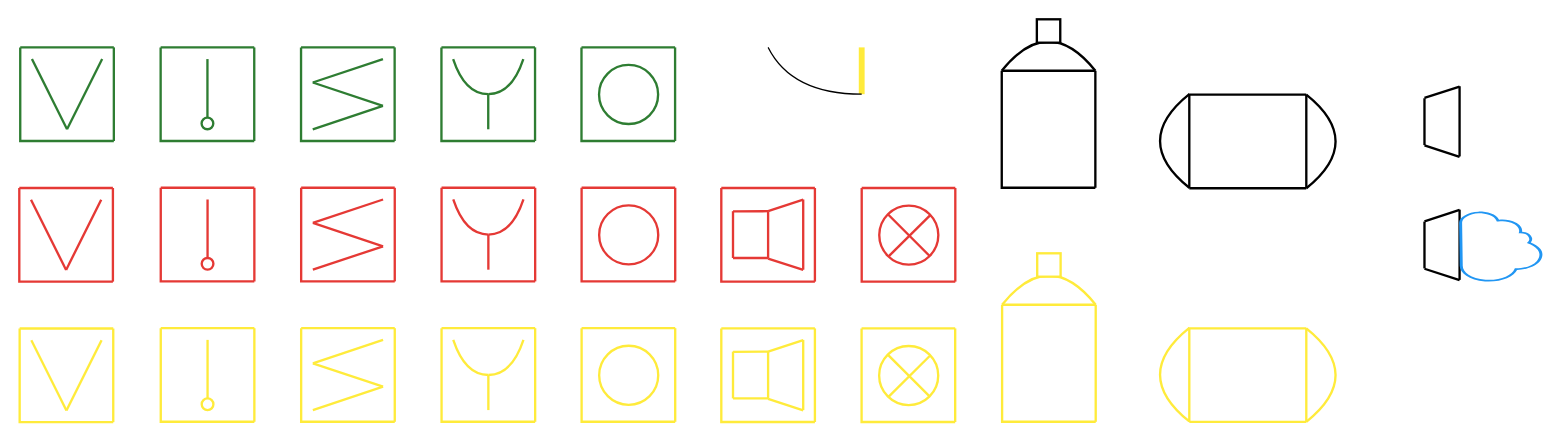
The draw.io diagram Диаграмма без названия.drawio in dashkova/datagrams, before the edit. Source tidied: cells renumbered, new cells numbered last; positions are measured from the earlier drawing's top-left corner, leaving out a move shared by most shapes. Both pictures are drawn from the tidied source at 117%, with x=0, y=0 at pixel (19, 12).
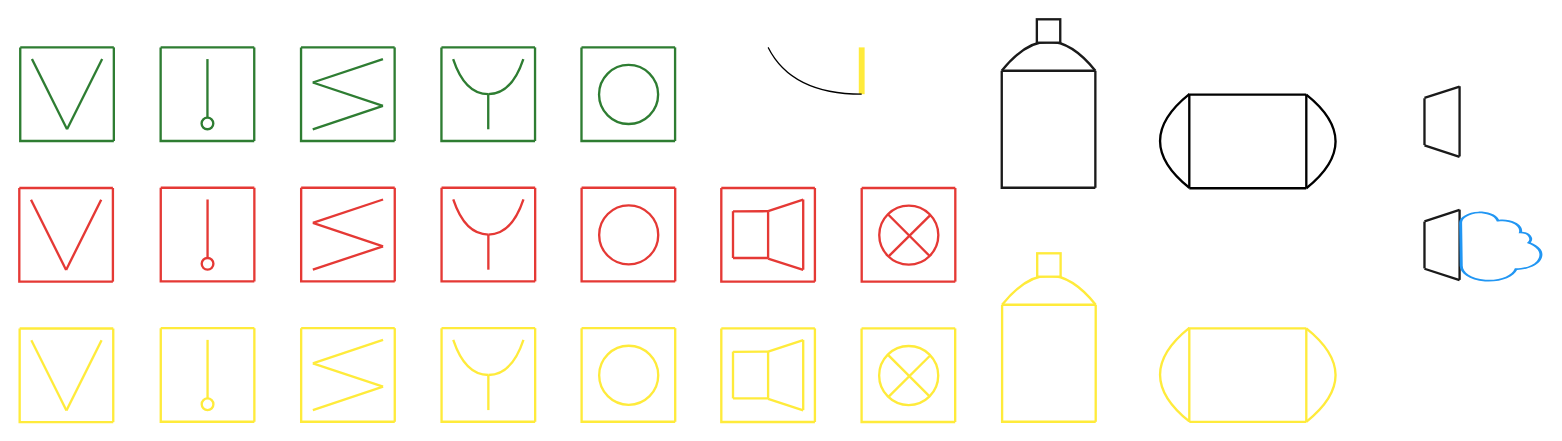
The same diagram, later.

Diff of the diagram source:
```diff
@@
-    <mxCell id="46" style="endArrow=none;html=1;rounded=0;fontSize=12;startSize=8;endSize=8;curved=1;strokeWidth=2;" parent="1" edge="1">
+    <mxCell id="46" style="endArrow=none;html=1;rounded=0;fontSize=12;startSize=8;endSize=8;curved=1;strokeWidth=2;strokeColor=#1A1A1A;" parent="1" edge="1">
       <mxGeometry relative="1" as="geometry">
         <mxPoint x="1201" y="73.2" as="sourcePoint" />
         <mxPoint x="1231" y="63.5" as="targetPoint" />
       </mxGeometry>
     </mxCell>
-    <mxCell id="47" style="endArrow=none;html=1;rounded=0;fontSize=12;startSize=8;endSize=8;curved=1;strokeWidth=2;" parent="1" edge="1">
+    <mxCell id="47" style="endArrow=none;html=1;rounded=0;fontSize=12;startSize=8;endSize=8;curved=1;strokeWidth=2;strokeColor=#1A1A1A;" parent="1" edge="1">
       <mxGeometry relative="1" as="geometry">
         <mxPoint x="1201" y="113.5" as="sourcePoint" />
         <mxPoint x="1201" y="73.5" as="targetPoint" />
       </mxGeometry>
     </mxCell>
-    <mxCell id="48" style="endArrow=none;html=1;rounded=0;fontSize=12;startSize=8;endSize=8;curved=1;strokeWidth=2;" parent="1" edge="1">
+    <mxCell id="48" style="endArrow=none;html=1;rounded=0;fontSize=12;startSize=8;endSize=8;curved=1;strokeWidth=2;strokeColor=#1A1A1A;" parent="1" edge="1">
       <mxGeometry relative="1" as="geometry">
         <mxPoint x="1201" y="113.7" as="sourcePoint" />
         <mxPoint x="1231" y="123.5" as="targetPoint" />
       </mxGeometry>
     </mxCell>
-    <mxCell id="49" style="endArrow=none;html=1;rounded=0;fontSize=12;startSize=8;endSize=8;curved=1;strokeWidth=2;" parent="1" edge="1">
+    <mxCell id="49" style="endArrow=none;html=1;rounded=0;fontSize=12;startSize=8;endSize=8;curved=1;strokeWidth=2;strokeColor=#1A1A1A;" parent="1" edge="1">
       <mxGeometry relative="1" as="geometry">
         <mxPoint x="1231" y="123.2" as="sourcePoint" />
         <mxPoint x="1231" y="63.2" as="targetPoint" />
       </mxGeometry>
     </mxCell>
@@
-    <mxCell id="128" style="endArrow=none;html=1;rounded=0;fontSize=12;startSize=8;endSize=8;curved=1;strokeWidth=2;strokeColor=#000000;" parent="1" edge="1">
+    <mxCell id="128" style="endArrow=none;html=1;rounded=0;fontSize=12;startSize=8;endSize=8;curved=1;strokeWidth=2;strokeColor=#1A1A1A;" parent="1" edge="1">
       <mxGeometry relative="1" as="geometry">
         <mxPoint x="839.7" y="50" as="sourcePoint" />
         <mxPoint x="919.7" y="50" as="targetPoint" />
       </mxGeometry>
     </mxCell>
-    <mxCell id="129" style="endArrow=none;html=1;rounded=0;fontSize=12;startSize=8;endSize=8;curved=1;strokeWidth=2;strokeColor=#000000;" parent="1" edge="1">
+    <mxCell id="129" style="endArrow=none;html=1;rounded=0;fontSize=12;startSize=8;endSize=8;curved=1;strokeWidth=2;strokeColor=#1A1A1A;" parent="1" edge="1">
       <mxGeometry relative="1" as="geometry">
         <mxPoint x="919.7" y="150" as="sourcePoint" />
         <mxPoint x="919.7" y="50" as="targetPoint" />
       </mxGeometry>
     </mxCell>
-    <mxCell id="130" style="endArrow=none;html=1;rounded=0;fontSize=12;startSize=8;endSize=8;strokeWidth=2;strokeColor=#000000;" parent="1" edge="1">
+    <mxCell id="130" style="endArrow=none;html=1;rounded=0;fontSize=12;startSize=8;endSize=8;strokeWidth=2;strokeColor=#1A1A1A;" parent="1" edge="1">
       <mxGeometry relative="1" as="geometry">
         <mxPoint x="839.7" y="50" as="sourcePoint" />
         <mxPoint x="919.7" y="150" as="targetPoint" />
         <Array as="points">
           <mxPoint x="839.7" y="150" />
         </Array>
       </mxGeometry>
     </mxCell>
-    <mxCell id="131" style="endArrow=none;html=1;rounded=0;fontSize=12;startSize=8;endSize=8;curved=1;strokeWidth=2;strokeColor=#000000;" parent="1" edge="1">
+    <mxCell id="131" style="endArrow=none;html=1;rounded=0;fontSize=12;startSize=8;endSize=8;curved=1;strokeWidth=2;strokeColor=#1A1A1A;" parent="1" edge="1">
       <mxGeometry relative="1" as="geometry">
         <mxPoint x="839.7" y="50" as="sourcePoint" />
         <mxPoint x="919.7" y="50" as="targetPoint" />
         <Array as="points">
           <mxPoint x="879.7" />
         </Array>
       </mxGeometry>
     </mxCell>
-    <mxCell id="132" style="rounded=0;whiteSpace=wrap;html=1;fontSize=16;strokeWidth=2;strokeColor=#000000;" parent="1" vertex="1">
+    <mxCell id="132" style="rounded=0;whiteSpace=wrap;html=1;fontSize=16;strokeWidth=2;strokeColor=#1A1A1A;" parent="1" vertex="1">
       <mxGeometry x="869.7" y="6" width="20" height="20" as="geometry" />
     </mxCell>
@@
-    <mxCell id="138" style="endArrow=none;html=1;rounded=0;fontSize=12;startSize=8;endSize=8;curved=1;strokeWidth=2;" parent="1" edge="1">
+    <mxCell id="138" style="endArrow=none;html=1;rounded=0;fontSize=12;startSize=8;endSize=8;curved=1;strokeWidth=2;strokeColor=#1A1A1A;" parent="1" edge="1">
       <mxGeometry relative="1" as="geometry">
         <mxPoint x="1201" y="178.7" as="sourcePoint" />
         <mxPoint x="1231" y="168.9" as="targetPoint" />
       </mxGeometry>
     </mxCell>
-    <mxCell id="139" style="endArrow=none;html=1;rounded=0;fontSize=12;startSize=8;endSize=8;curved=1;strokeWidth=2;" parent="1" edge="1">
+    <mxCell id="139" style="endArrow=none;html=1;rounded=0;fontSize=12;startSize=8;endSize=8;curved=1;strokeWidth=2;strokeColor=#1A1A1A;" parent="1" edge="1">
       <mxGeometry relative="1" as="geometry">
         <mxPoint x="1201" y="218.9" as="sourcePoint" />
         <mxPoint x="1201" y="178.9" as="targetPoint" />
       </mxGeometry>
     </mxCell>
-    <mxCell id="140" style="endArrow=none;html=1;rounded=0;fontSize=12;startSize=8;endSize=8;curved=1;strokeWidth=2;" parent="1" edge="1">
+    <mxCell id="140" style="endArrow=none;html=1;rounded=0;fontSize=12;startSize=8;endSize=8;curved=1;strokeWidth=2;strokeColor=#1A1A1A;" parent="1" edge="1">
       <mxGeometry relative="1" as="geometry">
         <mxPoint x="1201" y="219.2" as="sourcePoint" />
         <mxPoint x="1231" y="228.9" as="targetPoint" />
       </mxGeometry>
     </mxCell>
-    <mxCell id="141" style="endArrow=none;html=1;rounded=0;fontSize=12;startSize=8;endSize=8;curved=1;strokeWidth=2;" parent="1" edge="1">
+    <mxCell id="141" style="endArrow=none;html=1;rounded=0;fontSize=12;startSize=8;endSize=8;curved=1;strokeWidth=2;strokeColor=#1A1A1A;" parent="1" edge="1">
       <mxGeometry relative="1" as="geometry">
         <mxPoint x="1231" y="228.7" as="sourcePoint" />
         <mxPoint x="1231" y="168.7" as="targetPoint" />
       </mxGeometry>
     </mxCell>
```
